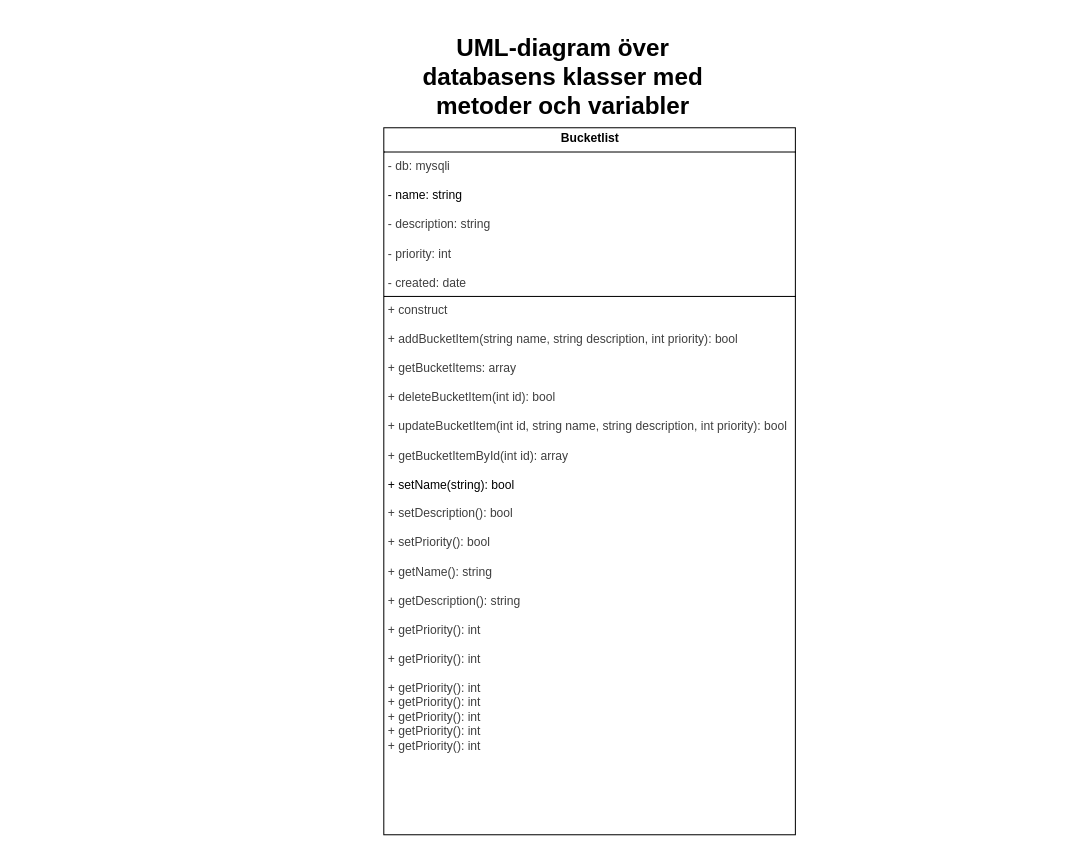
The draw.io diagram diagram/uml.drawio in filipbergander/laboration2-php, before the edit. Source tidied: cells renumbered, new cells numbered last; positions are measured from the earlier drawing's top-left corner, leaving out a move shared by most shapes. Both pictures are drawn from the tidied source at 101%, with x=0, y=0 at pixel (383, 26).
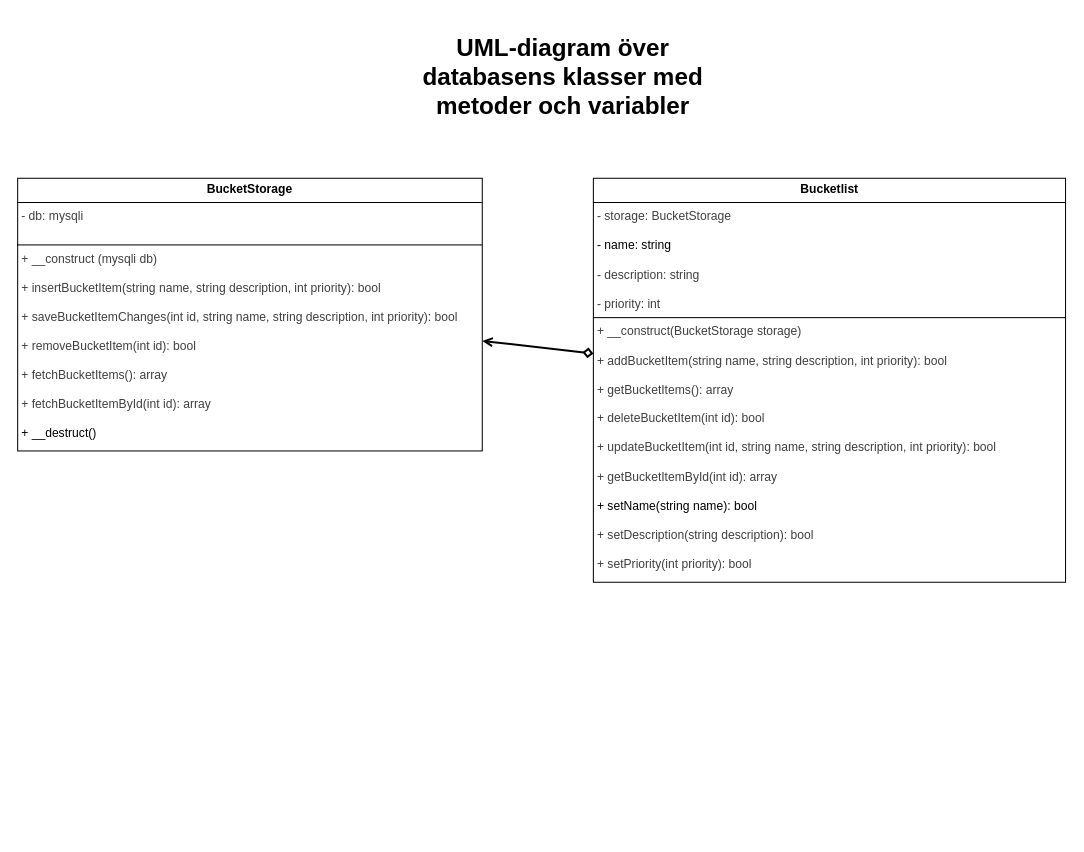
Above is the later version.

Change to the diagram source:
```diff
@@
 <mxGraphModel>
   <root>
     <mxCell id="0" />
     <mxCell id="1" parent="0" />
     <mxCell id="2" value="&lt;h1&gt;UML-diagram över databasens klasser med metoder och variabler&lt;/h1&gt;" style="text;strokeColor=none;align=center;fillColor=none;html=1;verticalAlign=middle;whiteSpace=wrap;rounded=0;" parent="1" vertex="1">
       <mxGeometry x="8" width="340" height="100" as="geometry" />
     </mxCell>
+    <mxCell id="4" style="edgeStyle=none;html=1;startArrow=diamond;startFill=0;endArrow=open;endFill=0;strokeWidth=2;" parent="1" edge="1" source="3" target="5">
+      <mxGeometry relative="1" as="geometry" />
+    </mxCell>
-    <mxCell id="3" value="&lt;p style=&quot;margin:0px;margin-top:4px;text-align:center;&quot;&gt;&lt;b&gt;Bucketlist&lt;/b&gt;&lt;/p&gt;&lt;hr size=&quot;1&quot; style=&quot;border-style:solid;&quot;&gt;&lt;p style=&quot;margin:0px;margin-left:4px;&quot;&gt;&lt;span style=&quot;color: rgb(63, 63, 63);&quot;&gt;- db: mysqli&lt;/span&gt;&lt;/p&gt;&lt;p style=&quot;margin:0px;margin-left:4px;&quot;&gt;&lt;span style=&quot;color: rgb(63, 63, 63);&quot;&gt;&lt;br&gt;&lt;/span&gt;&lt;/p&gt;&lt;p style=&quot;margin:0px;margin-left:4px;&quot;&gt;- name: string&lt;/p&gt;&lt;p style=&quot;margin:0px;margin-left:4px;&quot;&gt;&lt;br&gt;&lt;span style=&quot;color: rgb(63, 63, 63);&quot;&gt;&lt;span style=&quot;color: rgb(63, 63, 63);&quot;&gt;-&lt;/span&gt;&amp;nbsp;description: string&lt;/span&gt;&lt;/p&gt;&lt;p style=&quot;margin:0px;margin-left:4px;&quot;&gt;&lt;span style=&quot;color: rgb(63, 63, 63);&quot;&gt;&lt;br&gt;&lt;/span&gt;&lt;span style=&quot;color: rgb(63, 63, 63);&quot;&gt;&lt;span style=&quot;color: rgb(63, 63, 63);&quot;&gt;-&amp;nbsp;&lt;/span&gt;priority: int&lt;/span&gt;&lt;/p&gt;&lt;p style=&quot;margin:0px;margin-left:4px;&quot;&gt;&lt;span style=&quot;color: rgb(63, 63, 63);&quot;&gt;&lt;br&gt;&lt;/span&gt;&lt;span style=&quot;color: rgb(63, 63, 63);&quot;&gt;&lt;span style=&quot;color: rgb(63, 63, 63);&quot;&gt;-&amp;nbsp;&lt;/span&gt;created: date&lt;/span&gt;&lt;br&gt;&lt;/p&gt;&lt;hr size=&quot;1&quot; style=&quot;border-style:solid;&quot;&gt;&lt;p style=&quot;margin:0px;margin-left:4px;&quot;&gt;&lt;span style=&quot;color: rgb(63, 63, 63);&quot;&gt;+ construct&lt;/span&gt;&lt;/p&gt;&lt;p style=&quot;margin:0px;margin-left:4px;&quot;&gt;&lt;span style=&quot;color: rgb(63, 63, 63);&quot;&gt;&lt;br&gt;&lt;/span&gt;&lt;span style=&quot;color: rgb(63, 63, 63);&quot;&gt;+ addBucketItem(string name, string description, int priority): bool&lt;/span&gt;&lt;/p&gt;&lt;p style=&quot;margin:0px;margin-left:4px;&quot;&gt;&lt;span style=&quot;color: rgb(63, 63, 63);&quot;&gt;&lt;br&gt;&lt;/span&gt;&lt;span style=&quot;color: rgb(63, 63, 63);&quot;&gt;+ getBucketItems: array&lt;/span&gt;&lt;/p&gt;&lt;p style=&quot;margin:0px;margin-left:4px;&quot;&gt;&lt;span style=&quot;color: rgb(63, 63, 63);&quot;&gt;&lt;br&gt;&lt;/span&gt;&lt;span style=&quot;color: rgb(63, 63, 63);&quot;&gt;+ deleteBucketItem(int id): bool&lt;/span&gt;&lt;/p&gt;&lt;p style=&quot;margin:0px;margin-left:4px;&quot;&gt;&lt;span style=&quot;color: rgb(63, 63, 63);&quot;&gt;&lt;br&gt;&lt;span style=&quot;color: rgb(63, 63, 63);&quot;&gt;+ updateBucketItem(int id, string name, string description, int priority): bool&lt;/span&gt;&lt;/span&gt;&lt;/p&gt;&lt;p style=&quot;margin:0px;margin-left:4px;&quot;&gt;&lt;span style=&quot;color: rgb(63, 63, 63);&quot;&gt;&lt;span style=&quot;color: rgb(63, 63, 63);&quot;&gt;&lt;br&gt;&lt;/span&gt;&lt;span style=&quot;color: rgb(63, 63, 63);&quot;&gt;+ getBucketItemById(int id): array&lt;/span&gt;&lt;/span&gt;&lt;/p&gt;&lt;p style=&quot;margin:0px;margin-left:4px;&quot;&gt;&lt;span style=&quot;color: rgb(63, 63, 63);&quot;&gt;&lt;br&gt;&lt;/span&gt;+ setName(string): bool&lt;/p&gt;&lt;p style=&quot;margin:0px;margin-left:4px;&quot;&gt;&lt;br&gt;&lt;span style=&quot;color: rgb(63, 63, 63);&quot;&gt;+ setDescription(): bool&lt;/span&gt;&lt;/p&gt;&lt;p style=&quot;margin:0px;margin-left:4px;&quot;&gt;&lt;span style=&quot;color: rgb(63, 63, 63);&quot;&gt;&lt;br&gt;&lt;/span&gt;&lt;span style=&quot;color: rgb(63, 63, 63);&quot;&gt;+ setPriority(): bool&lt;/span&gt;&lt;/p&gt;&lt;p style=&quot;margin:0px;margin-left:4px;&quot;&gt;&lt;span style=&quot;color: rgb(63, 63, 63);&quot;&gt;&lt;br&gt;&lt;/span&gt;&lt;span style=&quot;color: rgb(63, 63, 63);&quot;&gt;+ getName(): string&lt;/span&gt;&lt;/p&gt;&lt;p style=&quot;margin:0px;margin-left:4px;&quot;&gt;&lt;span style=&quot;color: rgb(63, 63, 63);&quot;&gt;&lt;br&gt;&lt;/span&gt;&lt;span style=&quot;color: rgb(63, 63, 63);&quot;&gt;+&amp;nbsp;&lt;span style=&quot;color: rgb(63, 63, 63);&quot;&gt;getDescription&lt;/span&gt;(): string&lt;/span&gt;&lt;/p&gt;&lt;p style=&quot;margin:0px;margin-left:4px;&quot;&gt;&lt;span style=&quot;color: rgb(63, 63, 63);&quot;&gt;&lt;br&gt;&lt;/span&gt;&lt;span style=&quot;color: rgb(63, 63, 63);&quot;&gt;+ getPriority(): int&lt;/span&gt;&lt;/p&gt;&lt;p style=&quot;margin:0px;margin-left:4px;&quot;&gt;&lt;span style=&quot;color: rgb(63, 63, 63);&quot;&gt;&lt;br&gt;&lt;/span&gt;&lt;span style=&quot;color: rgb(63, 63, 63);&quot;&gt;+ getPriority(): int&lt;/span&gt;&lt;/p&gt;&lt;p style=&quot;margin:0px;margin-left:4px;&quot;&gt;&lt;span style=&quot;color: rgb(63, 63, 63);&quot;&gt;&lt;br&gt;&lt;/span&gt;&lt;span style=&quot;color: rgb(63, 63, 63);&quot;&gt;+ getPriority(): int&lt;br&gt;&lt;/span&gt;&lt;span style=&quot;color: rgb(63, 63, 63);&quot;&gt;+ getPriority(): int&lt;br&gt;&lt;/span&gt;&lt;span style=&quot;color: rgb(63, 63, 63);&quot;&gt;+ getPriority(): int&lt;br&gt;&lt;/span&gt;&lt;span style=&quot;color: rgb(63, 63, 63);&quot;&gt;+ getPriority(): int&lt;br&gt;&lt;/span&gt;&lt;span style=&quot;color: rgb(63, 63, 63);&quot;&gt;+ getPriority(): int&lt;/span&gt;&lt;br&gt;&lt;br&gt;&lt;/p&gt;" style="verticalAlign=top;align=left;overflow=fill;html=1;whiteSpace=wrap;" parent="1" vertex="1">
-      <mxGeometry x="0.5" y="100" width="407.5" height="700" as="geometry" />
+    <mxCell id="3" value="&lt;p style=&quot;margin:0px;margin-top:4px;text-align:center;&quot;&gt;&lt;b&gt;Bucketlist&lt;/b&gt;&lt;/p&gt;&lt;hr size=&quot;1&quot; style=&quot;border-style:solid;&quot;&gt;&lt;p style=&quot;margin:0px;margin-left:4px;&quot;&gt;&lt;span style=&quot;color: rgb(63, 63, 63);&quot;&gt;- storage:&amp;nbsp;&lt;/span&gt;&lt;span style=&quot;color: rgb(63, 63, 63); background-color: transparent;&quot;&gt;BucketStorage&lt;/span&gt;&lt;/p&gt;&lt;p style=&quot;margin:0px;margin-left:4px;&quot;&gt;&lt;span style=&quot;color: rgb(63, 63, 63);&quot;&gt;&lt;br&gt;&lt;/span&gt;&lt;/p&gt;&lt;p style=&quot;margin:0px;margin-left:4px;&quot;&gt;- name: string&lt;/p&gt;&lt;p style=&quot;margin:0px;margin-left:4px;&quot;&gt;&lt;br&gt;&lt;span style=&quot;color: rgb(63, 63, 63);&quot;&gt;&lt;span style=&quot;color: rgb(63, 63, 63);&quot;&gt;-&lt;/span&gt;&amp;nbsp;description: string&lt;/span&gt;&lt;/p&gt;&lt;p style=&quot;margin:0px;margin-left:4px;&quot;&gt;&lt;span style=&quot;color: rgb(63, 63, 63);&quot;&gt;&lt;br&gt;&lt;/span&gt;&lt;span style=&quot;color: rgb(63, 63, 63);&quot;&gt;&lt;span style=&quot;color: rgb(63, 63, 63);&quot;&gt;-&amp;nbsp;&lt;/span&gt;priority: int&lt;/span&gt;&lt;/p&gt;&lt;hr size=&quot;1&quot; style=&quot;border-style:solid;&quot;&gt;&lt;p style=&quot;margin:0px;margin-left:4px;&quot;&gt;&lt;span style=&quot;color: rgb(63, 63, 63);&quot;&gt;+ __construct(BucketStorage storage)&lt;/span&gt;&lt;/p&gt;&lt;p style=&quot;margin:0px;margin-left:4px;&quot;&gt;&lt;span style=&quot;color: rgb(63, 63, 63);&quot;&gt;&lt;br&gt;&lt;/span&gt;&lt;span style=&quot;color: rgb(63, 63, 63);&quot;&gt;+ addBucketItem(string name, string description, int priority): bool&lt;/span&gt;&lt;/p&gt;&lt;p style=&quot;margin:0px;margin-left:4px;&quot;&gt;&lt;span style=&quot;color: rgb(63, 63, 63);&quot;&gt;&lt;br&gt;&lt;/span&gt;&lt;span style=&quot;color: rgb(63, 63, 63);&quot;&gt;+ getBucketItems(): array&lt;/span&gt;&lt;/p&gt;&lt;p style=&quot;margin:0px;margin-left:4px;&quot;&gt;&lt;span style=&quot;color: rgb(63, 63, 63);&quot;&gt;&lt;br&gt;&lt;/span&gt;&lt;span style=&quot;color: rgb(63, 63, 63);&quot;&gt;+ deleteBucketItem(int id): bool&lt;/span&gt;&lt;/p&gt;&lt;p style=&quot;margin:0px;margin-left:4px;&quot;&gt;&lt;span style=&quot;color: rgb(63, 63, 63);&quot;&gt;&lt;br&gt;&lt;span style=&quot;color: rgb(63, 63, 63);&quot;&gt;+ updateBucketItem(int id, string name, string description, int priority): bool&lt;/span&gt;&lt;/span&gt;&lt;/p&gt;&lt;p style=&quot;margin:0px;margin-left:4px;&quot;&gt;&lt;span style=&quot;color: rgb(63, 63, 63);&quot;&gt;&lt;span style=&quot;color: rgb(63, 63, 63);&quot;&gt;&lt;br&gt;&lt;/span&gt;&lt;span style=&quot;color: rgb(63, 63, 63);&quot;&gt;+ getBucketItemById(int id): array&lt;/span&gt;&lt;/span&gt;&lt;/p&gt;&lt;p style=&quot;margin:0px;margin-left:4px;&quot;&gt;&lt;span style=&quot;color: rgb(63, 63, 63);&quot;&gt;&lt;br&gt;&lt;/span&gt;+ setName(string name): bool&lt;/p&gt;&lt;p style=&quot;margin:0px;margin-left:4px;&quot;&gt;&lt;br&gt;&lt;span style=&quot;color: rgb(63, 63, 63);&quot;&gt;+ setDescription(string description): bool&lt;/span&gt;&lt;/p&gt;&lt;p style=&quot;margin:0px;margin-left:4px;&quot;&gt;&lt;span style=&quot;color: rgb(63, 63, 63);&quot;&gt;&lt;br&gt;&lt;/span&gt;&lt;span style=&quot;color: rgb(63, 63, 63);&quot;&gt;+ setPriority(int priority): bool&lt;/span&gt;&lt;/p&gt;" style="verticalAlign=top;align=left;overflow=fill;html=1;whiteSpace=wrap;" parent="1" vertex="1">
+      <mxGeometry x="208" y="150" width="467.5" height="400" as="geometry" />
     </mxCell>
+    <mxCell id="5" value="&lt;p style=&quot;margin:0px;margin-top:4px;text-align:center;&quot;&gt;&lt;b&gt;BucketStorage&lt;/b&gt;&lt;/p&gt;&lt;hr size=&quot;1&quot; style=&quot;border-style:solid;&quot;&gt;&lt;p style=&quot;margin:0px;margin-left:4px;&quot;&gt;&lt;span style=&quot;color: rgb(63, 63, 63);&quot;&gt;- db:&amp;nbsp;&lt;/span&gt;&lt;span style=&quot;color: rgb(63, 63, 63); background-color: transparent;&quot;&gt;mysqli&lt;/span&gt;&lt;/p&gt;&lt;p style=&quot;margin:0px;margin-left:4px;&quot;&gt;&lt;br&gt;&lt;/p&gt;&lt;hr size=&quot;1&quot; style=&quot;border-style:solid;&quot;&gt;&lt;p style=&quot;margin:0px;margin-left:4px;&quot;&gt;&lt;span style=&quot;color: rgb(63, 63, 63);&quot;&gt;+ __construct (mysqli db)&lt;/span&gt;&lt;/p&gt;&lt;p style=&quot;margin:0px;margin-left:4px;&quot;&gt;&lt;span style=&quot;color: rgb(63, 63, 63);&quot;&gt;&lt;br&gt;&lt;/span&gt;&lt;span style=&quot;color: rgb(63, 63, 63);&quot;&gt;+ insertBucketItem(string name, string description, int priority): bool&lt;/span&gt;&lt;/p&gt;&lt;p style=&quot;margin:0px;margin-left:4px;&quot;&gt;&lt;span style=&quot;color: rgb(63, 63, 63);&quot;&gt;&lt;br&gt;&lt;/span&gt;&lt;/p&gt;&lt;p style=&quot;margin:0px;margin-left:4px;&quot;&gt;&lt;span style=&quot;color: rgb(63, 63, 63);&quot;&gt;&lt;span style=&quot;color: rgb(63, 63, 63);&quot;&gt;+ saveBucketItemChanges(int id, string name, string description, int priority): bool&lt;/span&gt;&lt;/span&gt;&lt;/p&gt;&lt;p style=&quot;margin:0px;margin-left:4px;&quot;&gt;&lt;span style=&quot;color: rgb(63, 63, 63);&quot;&gt;&lt;span style=&quot;color: rgb(63, 63, 63);&quot;&gt;&lt;br&gt;&lt;/span&gt;&lt;/span&gt;&lt;/p&gt;&lt;p style=&quot;margin:0px;margin-left:4px;&quot;&gt;&lt;span style=&quot;color: rgb(63, 63, 63);&quot;&gt;&lt;span style=&quot;color: rgb(63, 63, 63);&quot;&gt;&lt;span style=&quot;color: rgb(63, 63, 63);&quot;&gt;+ removeBucketItem(int id): bool&lt;/span&gt;&lt;/span&gt;&lt;/span&gt;&lt;/p&gt;&lt;p style=&quot;margin:0px;margin-left:4px;&quot;&gt;&lt;span style=&quot;color: rgb(63, 63, 63);&quot;&gt;&lt;br&gt;&lt;/span&gt;&lt;span style=&quot;color: rgb(63, 63, 63);&quot;&gt;+ fetchBucketItems(): array&lt;/span&gt;&lt;/p&gt;&lt;p style=&quot;margin:0px;margin-left:4px;&quot;&gt;&lt;span style=&quot;color: rgb(63, 63, 63);&quot;&gt;&lt;br&gt;&lt;/span&gt;&lt;span style=&quot;color: rgb(63, 63, 63);&quot;&gt;+ fetchBucketItemById(int id): array&lt;/span&gt;&lt;/p&gt;&lt;p style=&quot;margin:0px;margin-left:4px;&quot;&gt;&lt;br&gt;&lt;/p&gt;&lt;p style=&quot;margin:0px;margin-left:4px;&quot;&gt;+ __destruct()&lt;/p&gt;" style="verticalAlign=top;align=left;overflow=fill;html=1;whiteSpace=wrap;" parent="1" vertex="1">
+      <mxGeometry x="-362" y="150" width="460" height="270" as="geometry" />
+    </mxCell>
   </root>
 </mxGraphModel>
```
